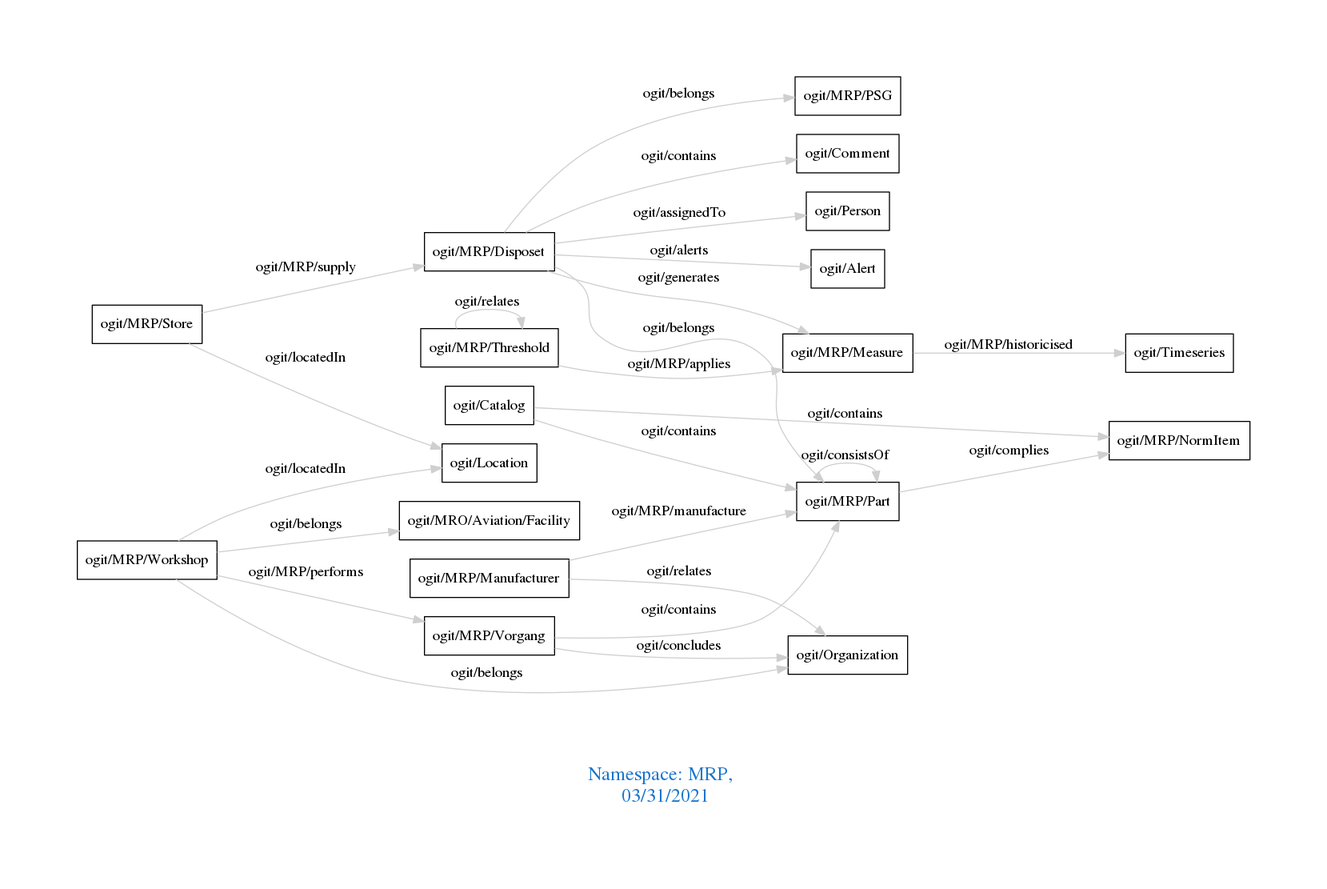
The Graphviz diagram downloads/MRP.png in arago/OGIT, before a commit. Its source is kept beside it as downloads/MRP.dot.
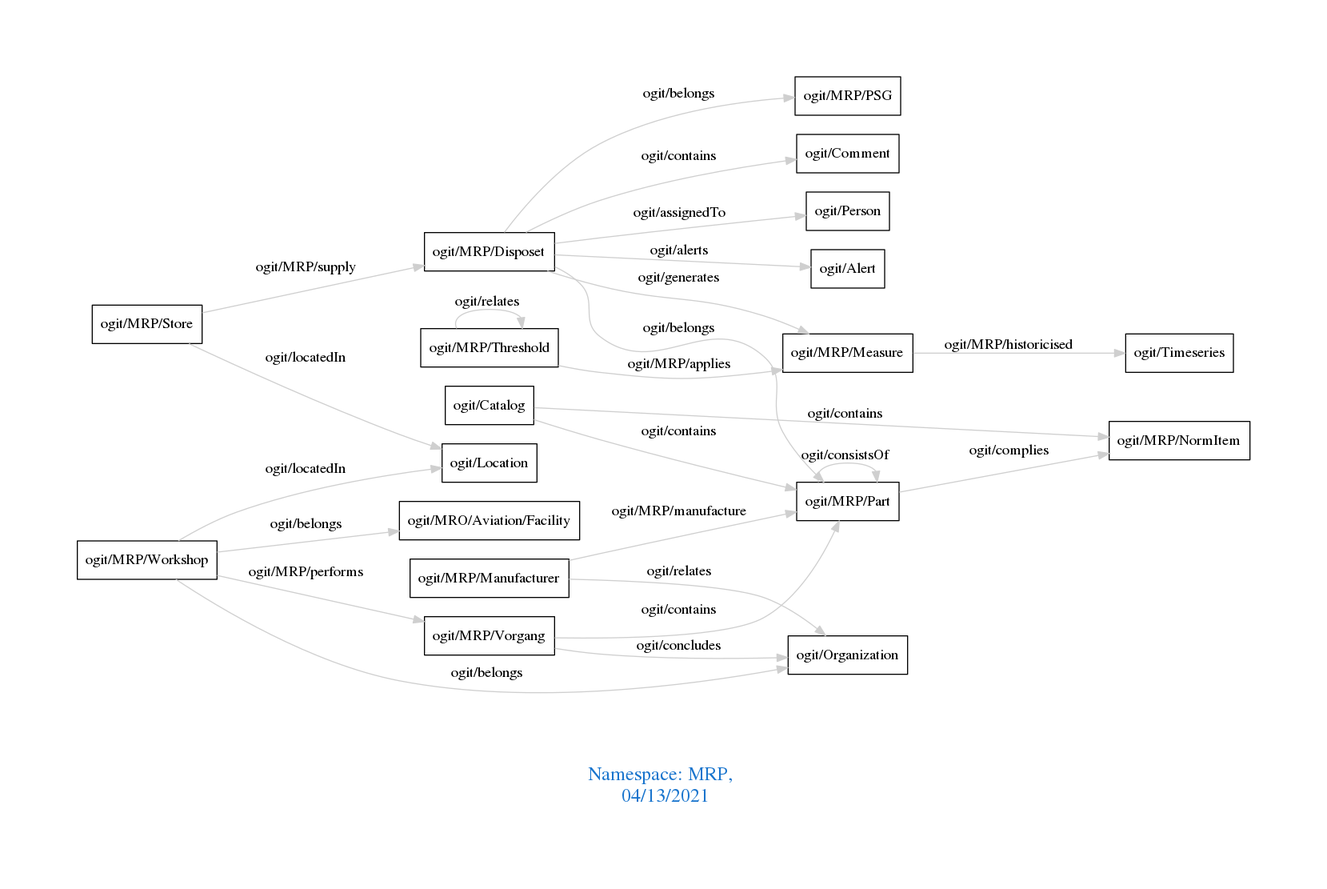
Above is the later version.

Diff of the diagram source:
```diff
@@ -1,7 +1,7 @@
 digraph OGIT_ontology {
  graph [ rankdir= LR,pad=1
 fontsize = 18,
-fontcolor= dodgerblue3,label = "\n\n\nNamespace: MRP, \n 03/31/2021"];
+fontcolor= dodgerblue3,label = "\n\n\nNamespace: MRP, \n 04/13/2021"];
 node[shape=polygon];
 edge [  color="gray81"];
 
```
